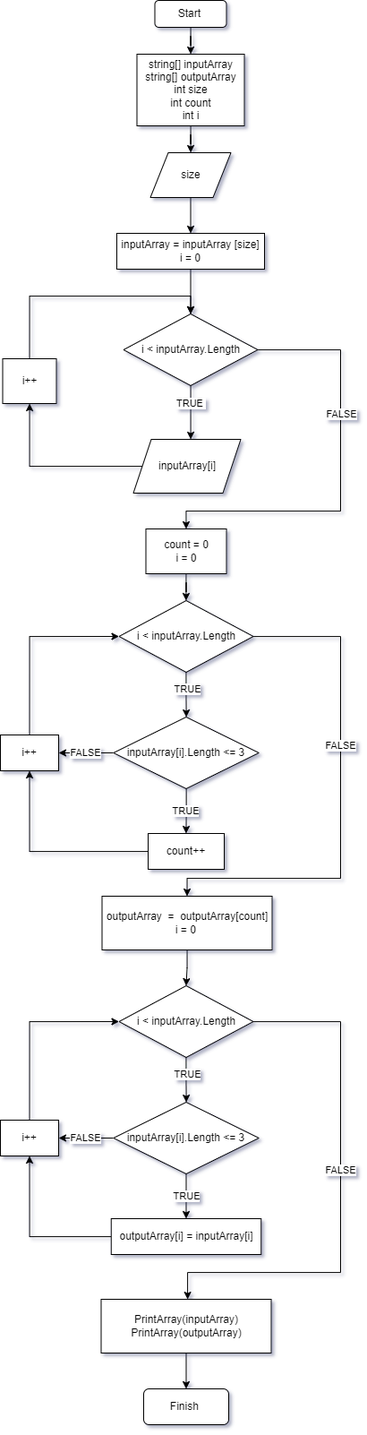
Earlier version of the draw.io export Block diagram/Diagram.png (Artem-Karmeev/IntroductionToProgramming.FinalPracticalWork). Source tidied: cells renumbered, new cells last; positions are measured from the earlier drawing's top-left corner, leaving out a move shared by most shapes. Its diagram source:
```xml
<mxGraphModel>
  <root>
    <mxCell id="0" />
    <mxCell id="1" parent="0" />
    <mxCell id="2" style="edgeStyle=orthogonalEdgeStyle;rounded=0;jettySize=auto;html=1;" parent="1" edge="1" source="3" target="5">
      <mxGeometry relative="1" as="geometry" />
    </mxCell>
    <mxCell id="3" value="Start&amp;nbsp;" style="rounded=1;whiteSpace=wrap;html=1;" parent="1" vertex="1">
      <mxGeometry x="172.5" width="80" height="30" as="geometry" />
    </mxCell>
    <mxCell id="4" style="edgeStyle=orthogonalEdgeStyle;rounded=0;jettySize=auto;html=1;" parent="1" edge="1" source="5" target="7">
      <mxGeometry relative="1" as="geometry" />
    </mxCell>
    <mxCell id="5" value="string[] inputArray&lt;br&gt;string[] outputArray&lt;br&gt;int size&lt;br&gt;int count&lt;br&gt;int i" style="rounded=0;whiteSpace=wrap;html=1;" parent="1" vertex="1">
      <mxGeometry x="152.5" y="60" width="120" height="80" as="geometry" />
    </mxCell>
    <mxCell id="6" style="edgeStyle=orthogonalEdgeStyle;rounded=0;jettySize=auto;html=1;entryX=0.5;entryY=0;entryDx=0;entryDy=0;" parent="1" edge="1" source="7" target="14">
      <mxGeometry relative="1" as="geometry" />
    </mxCell>
    <mxCell id="7" value="size" style="shape=parallelogram;perimeter=parallelogramPerimeter;whiteSpace=wrap;html=1;fixedSize=1;" parent="1" vertex="1">
      <mxGeometry x="167.5" y="170" width="90" height="50" as="geometry" />
    </mxCell>
    <mxCell id="8" value="&lt;br&gt;" style="edgeStyle=orthogonalEdgeStyle;rounded=0;jettySize=auto;html=1;" parent="1" edge="1" source="12" target="16">
      <mxGeometry x="-0.33" y="30" relative="1" as="geometry">
        <Array as="points">
          <mxPoint x="212.5" y="450" />
          <mxPoint x="212.5" y="450" />
        </Array>
      </mxGeometry>
    </mxCell>
    <mxCell id="9" value="TRUE&amp;nbsp;" style="edgeLabel;html=1;align=center;verticalAlign=middle;" parent="8" vertex="1">
      <mxGeometry x="-0.12" relative="1" as="geometry">
        <mxPoint y="-6" as="offset" />
      </mxGeometry>
    </mxCell>
    <mxCell id="10" style="edgeStyle=orthogonalEdgeStyle;rounded=0;jettySize=auto;html=1;entryX=0.5;entryY=0;entryDx=0;entryDy=0;" parent="1" edge="1" source="12" target="20">
      <mxGeometry relative="1" as="geometry">
        <Array as="points">
          <mxPoint x="380" y="390" />
          <mxPoint x="380" y="570" />
          <mxPoint x="207" y="570" />
        </Array>
      </mxGeometry>
    </mxCell>
    <mxCell id="11" value="FALSE" style="edgeLabel;html=1;align=center;verticalAlign=middle;" parent="10" vertex="1">
      <mxGeometry x="-0.3" relative="1" as="geometry" />
    </mxCell>
    <mxCell id="12" value="i &amp;lt; inputArray.Length" style="rhombus;whiteSpace=wrap;html=1;" parent="1" vertex="1">
      <mxGeometry x="137.5" y="350" width="150" height="80" as="geometry" />
    </mxCell>
    <mxCell id="13" style="edgeStyle=orthogonalEdgeStyle;rounded=0;jettySize=auto;html=1;" parent="1" edge="1" source="14" target="12">
      <mxGeometry relative="1" as="geometry" />
    </mxCell>
    <mxCell id="14" value="inputArray = inputArray&amp;nbsp;[size]&lt;br&gt;i = 0" style="rounded=0;whiteSpace=wrap;html=1;" parent="1" vertex="1">
      <mxGeometry x="130" y="260" width="165" height="40" as="geometry" />
    </mxCell>
    <mxCell id="15" style="edgeStyle=orthogonalEdgeStyle;rounded=0;jettySize=auto;html=1;" parent="1" edge="1" source="16" target="18">
      <mxGeometry x="-0.37" relative="1" as="geometry" />
    </mxCell>
    <mxCell id="16" value="inputArray[i]" style="shape=parallelogram;perimeter=parallelogramPerimeter;whiteSpace=wrap;html=1;fixedSize=1;" parent="1" vertex="1">
      <mxGeometry x="148.5" y="490" width="120" height="60" as="geometry" />
    </mxCell>
    <mxCell id="17" style="edgeStyle=orthogonalEdgeStyle;rounded=0;jettySize=auto;html=1;exitX=0.5;exitY=0;exitDx=0;exitDy=0;entryX=0.5;entryY=0;entryDx=0;entryDy=0;" parent="1" edge="1" source="18" target="12">
      <mxGeometry relative="1" as="geometry">
        <Array as="points">
          <mxPoint x="32.5" y="330" />
          <mxPoint x="212.5" y="330" />
        </Array>
      </mxGeometry>
    </mxCell>
    <mxCell id="18" value="i++" style="rounded=0;whiteSpace=wrap;html=1;" parent="1" vertex="1">
      <mxGeometry x="2.5" y="400" width="60" height="50" as="geometry" />
    </mxCell>
    <mxCell id="19" style="edgeStyle=orthogonalEdgeStyle;rounded=0;jettySize=auto;html=1;" parent="1" edge="1" source="20" target="24">
      <mxGeometry relative="1" as="geometry" />
    </mxCell>
    <mxCell id="20" value="count = 0&lt;br&gt;i = 0" style="rounded=0;whiteSpace=wrap;html=1;" parent="1" vertex="1">
      <mxGeometry x="162.5" y="590" width="90" height="50" as="geometry" />
    </mxCell>
    <mxCell id="21" style="edgeStyle=orthogonalEdgeStyle;rounded=0;jettySize=auto;html=1;" parent="1" edge="1" source="24" target="27">
      <mxGeometry relative="1" as="geometry" />
    </mxCell>
    <mxCell id="22" value="TRUE" style="edgeLabel;html=1;align=center;verticalAlign=middle;" parent="21" vertex="1">
      <mxGeometry x="-0.29" y="1" relative="1" as="geometry" />
    </mxCell>
    <mxCell id="23" value="FALSE" style="edgeStyle=orthogonalEdgeStyle;rounded=0;jettySize=auto;html=1;entryX=0.5;entryY=0;entryDx=0;entryDy=0;" parent="1" edge="1" source="24" target="33">
      <mxGeometry x="-0.21" relative="1" as="geometry">
        <Array as="points">
          <mxPoint x="380" y="710" />
          <mxPoint x="380" y="980" />
          <mxPoint x="209" y="980" />
        </Array>
      </mxGeometry>
    </mxCell>
    <mxCell id="24" value="i &amp;lt; inputArray.Length" style="rhombus;whiteSpace=wrap;html=1;" parent="1" vertex="1">
      <mxGeometry x="132.5" y="670" width="150" height="80" as="geometry" />
    </mxCell>
    <mxCell id="25" value="TRUE" style="edgeStyle=orthogonalEdgeStyle;rounded=0;jettySize=auto;html=1;" parent="1" edge="1" source="27" target="29">
      <mxGeometry relative="1" as="geometry" />
    </mxCell>
    <mxCell id="26" value="FALSE" style="edgeStyle=orthogonalEdgeStyle;rounded=0;jettySize=auto;html=1;" parent="1" edge="1" source="27" target="31">
      <mxGeometry relative="1" as="geometry" />
    </mxCell>
    <mxCell id="27" value="inputArray[i].Length &amp;lt;= 3" style="rhombus;whiteSpace=wrap;html=1;" parent="1" vertex="1">
      <mxGeometry x="126.2" y="800" width="162.5" height="80" as="geometry" />
    </mxCell>
    <mxCell id="28" style="edgeStyle=orthogonalEdgeStyle;rounded=0;jettySize=auto;html=1;entryX=0.5;entryY=1;entryDx=0;entryDy=0;" parent="1" edge="1" source="29" target="31">
      <mxGeometry relative="1" as="geometry" />
    </mxCell>
    <mxCell id="29" value="count++" style="rounded=0;whiteSpace=wrap;html=1;" parent="1" vertex="1">
      <mxGeometry x="165" y="930" width="85" height="40" as="geometry" />
    </mxCell>
    <mxCell id="30" style="edgeStyle=orthogonalEdgeStyle;rounded=0;jettySize=auto;html=1;entryX=0;entryY=0.5;entryDx=0;entryDy=0;exitX=0.5;exitY=0;exitDx=0;exitDy=0;" parent="1" edge="1" source="31" target="24">
      <mxGeometry relative="1" as="geometry" />
    </mxCell>
    <mxCell id="31" value="i++" style="rounded=0;whiteSpace=wrap;html=1;" parent="1" vertex="1">
      <mxGeometry y="820" width="65" height="40" as="geometry" />
    </mxCell>
    <mxCell id="32" style="edgeStyle=orthogonalEdgeStyle;rounded=0;jettySize=auto;html=1;" parent="1" edge="1" source="33" target="37">
      <mxGeometry relative="1" as="geometry" />
    </mxCell>
    <mxCell id="33" value="outputArray&amp;nbsp; =&amp;nbsp; outputArray[count]&lt;br&gt;i = 0&amp;nbsp;" style="rounded=0;whiteSpace=wrap;html=1;" parent="1" vertex="1">
      <mxGeometry x="113.5" y="1000" width="190" height="60" as="geometry" />
    </mxCell>
    <mxCell id="34" style="edgeStyle=orthogonalEdgeStyle;rounded=0;jettySize=auto;html=1;" parent="1" edge="1" source="37" target="40">
      <mxGeometry relative="1" as="geometry" />
    </mxCell>
    <mxCell id="35" value="TRUE" style="edgeLabel;html=1;align=center;verticalAlign=middle;" parent="34" vertex="1">
      <mxGeometry x="-0.29" y="1" relative="1" as="geometry" />
    </mxCell>
    <mxCell id="36" value="FALSE" style="edgeStyle=orthogonalEdgeStyle;rounded=0;jettySize=auto;html=1;entryX=0.5;entryY=0;entryDx=0;entryDy=0;" parent="1" edge="1" source="37" target="46">
      <mxGeometry x="-0.09" relative="1" as="geometry">
        <Array as="points">
          <mxPoint x="380" y="1140" />
          <mxPoint x="380" y="1420" />
          <mxPoint x="209" y="1420" />
          <mxPoint x="209" y="1450" />
        </Array>
      </mxGeometry>
    </mxCell>
    <mxCell id="37" value="i &amp;lt; inputArray.Length" style="rhombus;whiteSpace=wrap;html=1;" parent="1" vertex="1">
      <mxGeometry x="132.5" y="1100" width="150" height="80" as="geometry" />
    </mxCell>
    <mxCell id="38" value="TRUE" style="edgeStyle=orthogonalEdgeStyle;rounded=0;jettySize=auto;html=1;" parent="1" edge="1" source="40" target="42">
      <mxGeometry relative="1" as="geometry" />
    </mxCell>
    <mxCell id="39" value="FALSE" style="edgeStyle=orthogonalEdgeStyle;rounded=0;jettySize=auto;html=1;" parent="1" edge="1" source="40" target="44">
      <mxGeometry relative="1" as="geometry" />
    </mxCell>
    <mxCell id="40" value="inputArray[i].Length &amp;lt;= 3" style="rhombus;whiteSpace=wrap;html=1;" parent="1" vertex="1">
      <mxGeometry x="126.2" y="1230" width="162.5" height="80" as="geometry" />
    </mxCell>
    <mxCell id="41" style="edgeStyle=orthogonalEdgeStyle;rounded=0;jettySize=auto;html=1;entryX=0.5;entryY=1;entryDx=0;entryDy=0;" parent="1" edge="1" source="42" target="44">
      <mxGeometry relative="1" as="geometry" />
    </mxCell>
    <mxCell id="42" value="outputArray[i] = inputArray[i]" style="rounded=0;whiteSpace=wrap;html=1;" parent="1" vertex="1">
      <mxGeometry x="123.8" y="1360" width="167.5" height="40" as="geometry" />
    </mxCell>
    <mxCell id="43" style="edgeStyle=orthogonalEdgeStyle;rounded=0;jettySize=auto;html=1;entryX=0;entryY=0.5;entryDx=0;entryDy=0;exitX=0.5;exitY=0;exitDx=0;exitDy=0;" parent="1" edge="1" source="44" target="37">
      <mxGeometry relative="1" as="geometry" />
    </mxCell>
    <mxCell id="44" value="i++" style="rounded=0;whiteSpace=wrap;html=1;" parent="1" vertex="1">
      <mxGeometry y="1250" width="65" height="40" as="geometry" />
    </mxCell>
    <mxCell id="45" style="edgeStyle=orthogonalEdgeStyle;rounded=0;jettySize=auto;html=1;" parent="1" edge="1" source="46" target="47">
      <mxGeometry relative="1" as="geometry" />
    </mxCell>
    <mxCell id="46" value="PrintArray(inputArray)&lt;br&gt;PrintArray(outputArray)" style="rounded=0;whiteSpace=wrap;html=1;" parent="1" vertex="1">
      <mxGeometry x="112.5" y="1450" width="190" height="60" as="geometry" />
    </mxCell>
    <mxCell id="47" value="Finish&amp;nbsp;" style="rounded=1;whiteSpace=wrap;html=1;" parent="1" vertex="1">
      <mxGeometry x="160" y="1550" width="95" height="40" as="geometry" />
    </mxCell>
  </root>
</mxGraphModel>
```
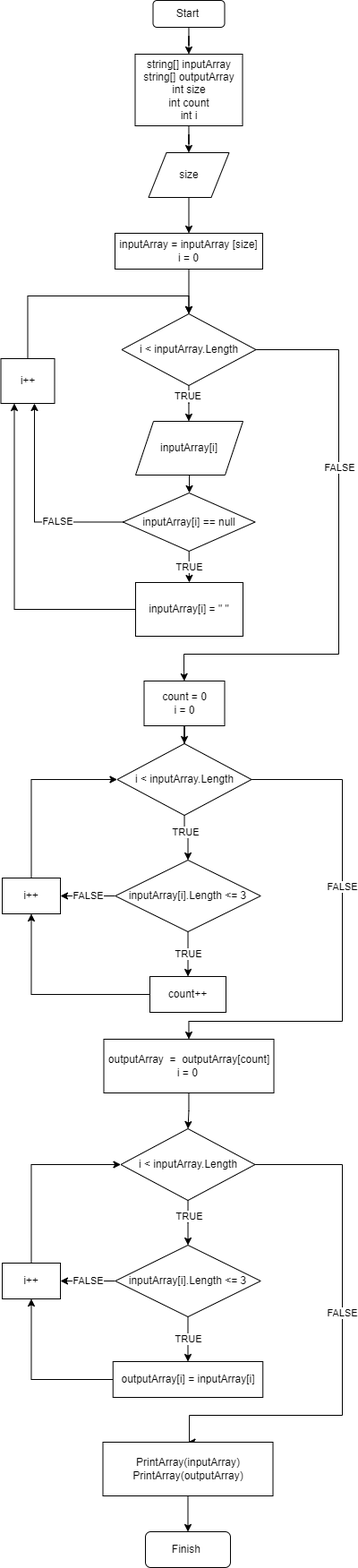
After the change.

Commit message:
Added NULL check

The edit, as a diff of the source:
```diff
@@ -6,25 +6,25 @@
       <mxGeometry relative="1" as="geometry" />
     </mxCell>
     <mxCell id="3" value="Start&amp;nbsp;" style="rounded=1;whiteSpace=wrap;html=1;" parent="1" vertex="1">
-      <mxGeometry x="172.5" width="80" height="30" as="geometry" />
+      <mxGeometry x="168.5" y="-160" width="80" height="30" as="geometry" />
     </mxCell>
     <mxCell id="4" style="edgeStyle=orthogonalEdgeStyle;rounded=0;jettySize=auto;html=1;" parent="1" edge="1" source="5" target="7">
       <mxGeometry relative="1" as="geometry" />
     </mxCell>
     <mxCell id="5" value="string[] inputArray&lt;br&gt;string[] outputArray&lt;br&gt;int size&lt;br&gt;int count&lt;br&gt;int i" style="rounded=0;whiteSpace=wrap;html=1;" parent="1" vertex="1">
-      <mxGeometry x="152.5" y="60" width="120" height="80" as="geometry" />
+      <mxGeometry x="148.5" y="-100" width="120" height="80" as="geometry" />
     </mxCell>
     <mxCell id="6" style="edgeStyle=orthogonalEdgeStyle;rounded=0;jettySize=auto;html=1;entryX=0.5;entryY=0;entryDx=0;entryDy=0;" parent="1" edge="1" source="7" target="14">
       <mxGeometry relative="1" as="geometry" />
     </mxCell>
     <mxCell id="7" value="size" style="shape=parallelogram;perimeter=parallelogramPerimeter;whiteSpace=wrap;html=1;fixedSize=1;" parent="1" vertex="1">
-      <mxGeometry x="167.5" y="170" width="90" height="50" as="geometry" />
+      <mxGeometry x="163.5" y="10" width="90" height="50" as="geometry" />
     </mxCell>
     <mxCell id="8" value="&lt;br&gt;" style="edgeStyle=orthogonalEdgeStyle;rounded=0;jettySize=auto;html=1;" parent="1" edge="1" source="12" target="16">
       <mxGeometry x="-0.33" y="30" relative="1" as="geometry">
         <Array as="points">
-          <mxPoint x="212.5" y="450" />
-          <mxPoint x="212.5" y="450" />
+          <mxPoint x="208.5" y="290" />
+          <mxPoint x="208.5" y="290" />
         </Array>
       </mxGeometry>
     </mxCell>
@@ -36,9 +36,10 @@
     <mxCell id="10" style="edgeStyle=orthogonalEdgeStyle;rounded=0;jettySize=auto;html=1;entryX=0.5;entryY=0;entryDx=0;entryDy=0;" parent="1" edge="1" source="12" target="20">
       <mxGeometry relative="1" as="geometry">
         <Array as="points">
-          <mxPoint x="380" y="390" />
-          <mxPoint x="380" y="570" />
-          <mxPoint x="207" y="570" />
+          <mxPoint x="376" y="230" />
+          <mxPoint x="376" y="570" />
+          <mxPoint x="203" y="570" />
+          <mxPoint x="203" y="590" />
         </Array>
       </mxGeometry>
     </mxCell>
@@ -46,36 +47,43 @@
       <mxGeometry x="-0.3" relative="1" as="geometry" />
     </mxCell>
     <mxCell id="12" value="i &amp;lt; inputArray.Length" style="rhombus;whiteSpace=wrap;html=1;" parent="1" vertex="1">
-      <mxGeometry x="137.5" y="350" width="150" height="80" as="geometry" />
+      <mxGeometry x="133.5" y="190" width="150" height="80" as="geometry" />
     </mxCell>
     <mxCell id="13" style="edgeStyle=orthogonalEdgeStyle;rounded=0;jettySize=auto;html=1;" parent="1" edge="1" source="14" target="12">
       <mxGeometry relative="1" as="geometry" />
     </mxCell>
     <mxCell id="14" value="inputArray = inputArray&amp;nbsp;[size]&lt;br&gt;i = 0" style="rounded=0;whiteSpace=wrap;html=1;" parent="1" vertex="1">
-      <mxGeometry x="130" y="260" width="165" height="40" as="geometry" />
+      <mxGeometry x="126" y="100" width="165" height="40" as="geometry" />
     </mxCell>
-    <mxCell id="15" style="edgeStyle=orthogonalEdgeStyle;rounded=0;jettySize=auto;html=1;" parent="1" edge="1" source="16" target="18">
-      <mxGeometry x="-0.37" relative="1" as="geometry" />
+    <mxCell id="15" value="FALSE" style="edgeStyle=orthogonalEdgeStyle;rounded=0;jettySize=auto;html=1;exitX=0;exitY=0.5;exitDx=0;exitDy=0;" parent="1" edge="1" source="50" target="18">
+      <mxGeometry x="-0.37" relative="1" as="geometry">
+        <Array as="points">
+          <mxPoint x="36" y="422" />
+        </Array>
+      </mxGeometry>
     </mxCell>
+    <mxCell id="48" style="edgeStyle=orthogonalEdgeStyle;rounded=0;jettySize=auto;html=1;" parent="1" edge="1" source="16" target="50">
+      <mxGeometry relative="1" as="geometry" />
+    </mxCell>
     <mxCell id="16" value="inputArray[i]" style="shape=parallelogram;perimeter=parallelogramPerimeter;whiteSpace=wrap;html=1;fixedSize=1;" parent="1" vertex="1">
-      <mxGeometry x="148.5" y="490" width="120" height="60" as="geometry" />
+      <mxGeometry x="149" y="310" width="120" height="60" as="geometry" />
     </mxCell>
     <mxCell id="17" style="edgeStyle=orthogonalEdgeStyle;rounded=0;jettySize=auto;html=1;exitX=0.5;exitY=0;exitDx=0;exitDy=0;entryX=0.5;entryY=0;entryDx=0;entryDy=0;" parent="1" edge="1" source="18" target="12">
       <mxGeometry relative="1" as="geometry">
         <Array as="points">
-          <mxPoint x="32.5" y="330" />
-          <mxPoint x="212.5" y="330" />
+          <mxPoint x="28.5" y="170" />
+          <mxPoint x="208.5" y="170" />
         </Array>
       </mxGeometry>
     </mxCell>
     <mxCell id="18" value="i++" style="rounded=0;whiteSpace=wrap;html=1;" parent="1" vertex="1">
-      <mxGeometry x="2.5" y="400" width="60" height="50" as="geometry" />
+      <mxGeometry x="-1.5" y="240" width="60" height="50" as="geometry" />
     </mxCell>
     <mxCell id="19" style="edgeStyle=orthogonalEdgeStyle;rounded=0;jettySize=auto;html=1;" parent="1" edge="1" source="20" target="24">
       <mxGeometry relative="1" as="geometry" />
     </mxCell>
     <mxCell id="20" value="count = 0&lt;br&gt;i = 0" style="rounded=0;whiteSpace=wrap;html=1;" parent="1" vertex="1">
-      <mxGeometry x="162.5" y="590" width="90" height="50" as="geometry" />
+      <mxGeometry x="158.5" y="600" width="90" height="50" as="geometry" />
     </mxCell>
     <mxCell id="21" style="edgeStyle=orthogonalEdgeStyle;rounded=0;jettySize=auto;html=1;" parent="1" edge="1" source="24" target="27">
       <mxGeometry relative="1" as="geometry" />
@@ -93,7 +101,7 @@
       </mxGeometry>
     </mxCell>
     <mxCell id="24" value="i &amp;lt; inputArray.Length" style="rhombus;whiteSpace=wrap;html=1;" parent="1" vertex="1">
-      <mxGeometry x="132.5" y="670" width="150" height="80" as="geometry" />
+      <mxGeometry x="128.5" y="670" width="150" height="80" as="geometry" />
     </mxCell>
     <mxCell id="25" value="TRUE" style="edgeStyle=orthogonalEdgeStyle;rounded=0;jettySize=auto;html=1;" parent="1" edge="1" source="27" target="29">
       <mxGeometry relative="1" as="geometry" />
@@ -171,5 +179,21 @@
     <mxCell id="47" value="Finish&amp;nbsp;" style="rounded=1;whiteSpace=wrap;html=1;" parent="1" vertex="1">
       <mxGeometry x="160" y="1550" width="95" height="40" as="geometry" />
     </mxCell>
+    <mxCell id="49" value="TRUE" style="edgeStyle=orthogonalEdgeStyle;rounded=0;jettySize=auto;html=1;" parent="1" edge="1" source="50" target="52">
+      <mxGeometry relative="1" as="geometry" />
+    </mxCell>
+    <mxCell id="50" value="inputArray[i] == null" style="rhombus;whiteSpace=wrap;html=1;" parent="1" vertex="1">
+      <mxGeometry x="135" y="390" width="147.5" height="65" as="geometry" />
+    </mxCell>
+    <mxCell id="51" style="edgeStyle=orthogonalEdgeStyle;rounded=0;jettySize=auto;html=1;entryX=0.25;entryY=1;entryDx=0;entryDy=0;" parent="1" edge="1" source="52" target="18">
+      <mxGeometry relative="1" as="geometry">
+        <Array as="points">
+          <mxPoint x="13" y="520" />
+        </Array>
+      </mxGeometry>
+    </mxCell>
+    <mxCell id="52" value="inputArray[i] = &quot; &quot;" style="rounded=0;whiteSpace=wrap;html=1;" parent="1" vertex="1">
+      <mxGeometry x="149" y="490" width="120" height="60" as="geometry" />
+    </mxCell>
   </root>
 </mxGraphModel>
```
